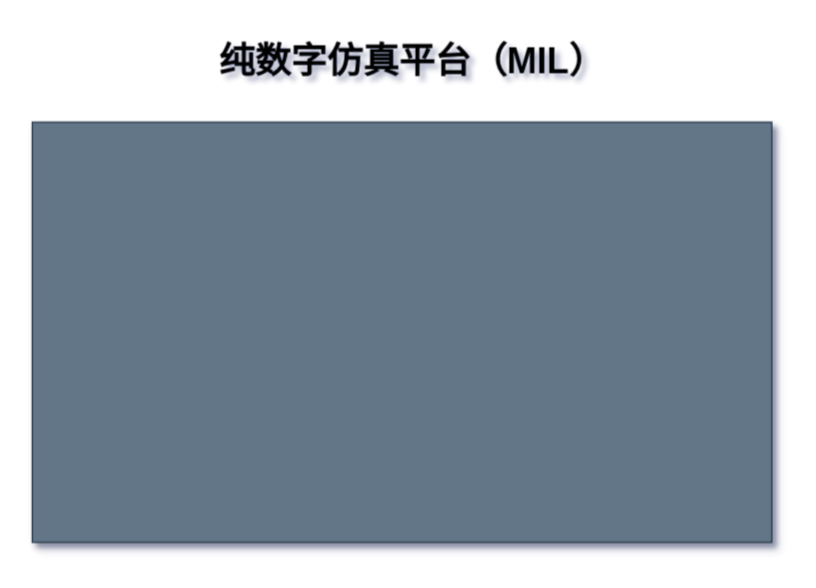
This is Untitled Diagram.drawio from 3038814044/draw, a draw.io file, before an edit. Source tidied: cells renumbered, new cells numbered last; positions are measured from the earlier drawing's top-left corner, leaving out a move shared by most shapes. Both pictures are drawn from the tidied source at 150%, with x=0, y=0 at pixel (32, 32).
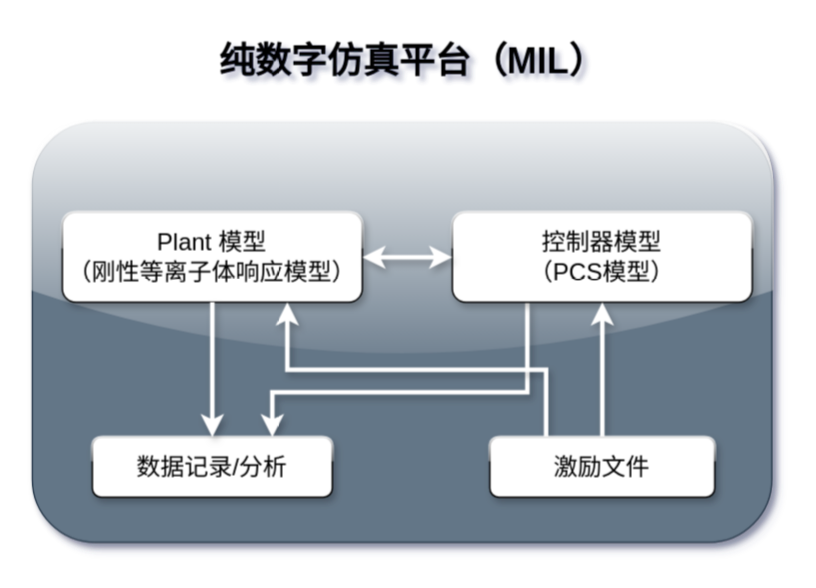
The same diagram, later.

Commit message:
纯数字mil示意图

Change to the diagram source:
```diff
@@
 <mxGraphModel background="#ffffff" shadow="1">
   <root>
     <mxCell id="0" />
     <mxCell id="1" parent="0" />
-    <mxCell id="2" style="whiteSpace=wrap;html=1;shadow=1;fontSize=18;fillColor=#647687;strokeColor=#314354;fontColor=#ffffff;" parent="1" vertex="1">
+    <mxCell id="2" style="whiteSpace=wrap;html=1;shadow=1;fontSize=18;fillColor=#647687;strokeColor=#314354;fontColor=#ffffff;sketch=0;glass=1;rounded=1;" parent="1" vertex="1">
       <mxGeometry y="60" width="493" height="280" as="geometry" />
     </mxCell>
-    <mxCell id="3" value="纯数字仿真平台（MIL）" style="text;strokeColor=none;fillColor=none;html=1;fontSize=24;fontStyle=1;verticalAlign=middle;align=center;shadow=1;" parent="1" vertex="1">
+    <mxCell id="3" value="纯数字仿真平台（MIL）" style="text;strokeColor=none;fillColor=none;html=1;fontSize=24;fontStyle=1;verticalAlign=middle;align=center;shadow=1;glass=0;rounded=0;sketch=0;" parent="1" vertex="1">
       <mxGeometry x="120" width="265" height="40" as="geometry" />
     </mxCell>
+    <mxCell id="4" value="&lt;font style=&quot;font-size: 16px&quot;&gt;Plant 模型&lt;br&gt;（刚性等离子体响应模型）&lt;br&gt;&lt;/font&gt;" style="rounded=1;whiteSpace=wrap;html=1;gradientDirection=south;shadow=1;glass=1;" parent="1" vertex="1">
+      <mxGeometry x="20" y="120" width="200" height="60" as="geometry" />
+    </mxCell>
+    <mxCell id="5" style="edgeStyle=orthogonalEdgeStyle;rounded=0;sketch=0;jettySize=auto;html=1;exitX=0.25;exitY=1;exitDx=0;exitDy=0;entryX=0.75;entryY=0;entryDx=0;entryDy=0;shadow=1;strokeColor=#FFFFFF;strokeWidth=3;" parent="1" edge="1" source="6" target="8">
+      <mxGeometry relative="1" as="geometry">
+        <Array as="points">
+          <mxPoint x="330" y="240" />
+          <mxPoint x="160" y="240" />
+        </Array>
+      </mxGeometry>
+    </mxCell>
+    <mxCell id="6" value="&lt;font style=&quot;font-size: 16px&quot;&gt;控制器模型&lt;br&gt;（PCS模型）&lt;br&gt;&lt;/font&gt;" style="rounded=1;whiteSpace=wrap;html=1;shadow=1;gradientColor=none;glass=1;" parent="1" vertex="1">
+      <mxGeometry x="280" y="120" width="200" height="60" as="geometry" />
+    </mxCell>
+    <mxCell id="7" style="endArrow=classic;startArrow=classic;html=1;strokeColor=#FFFFFF;entryX=0;entryY=0.5;entryDx=0;entryDy=0;exitX=1;exitY=0.5;exitDx=0;exitDy=0;strokeWidth=3;sketch=0;shadow=1;" parent="1" edge="1" source="4" target="6">
+      <mxGeometry relative="1" as="geometry" />
+    </mxCell>
+    <mxCell id="8" value="&lt;font style=&quot;font-size: 16px&quot;&gt;数据记录/分析&lt;/font&gt;" style="rounded=1;whiteSpace=wrap;html=1;shadow=1;glass=1;sketch=0;gradientColor=none;" parent="1" vertex="1">
+      <mxGeometry x="40" y="270" width="160" height="40" as="geometry" />
+    </mxCell>
+    <mxCell id="9" style="edgeStyle=orthogonalEdgeStyle;rounded=0;sketch=0;jettySize=auto;html=1;exitX=0.5;exitY=0;exitDx=0;exitDy=0;shadow=1;strokeColor=#FFFFFF;strokeWidth=3;entryX=0.5;entryY=1;entryDx=0;entryDy=0;" parent="1" edge="1" source="11" target="6">
+      <mxGeometry relative="1" as="geometry" />
+    </mxCell>
+    <mxCell id="10" style="edgeStyle=orthogonalEdgeStyle;rounded=0;sketch=0;jettySize=auto;html=1;exitX=0.25;exitY=0;exitDx=0;exitDy=0;entryX=0.75;entryY=1;entryDx=0;entryDy=0;shadow=1;strokeColor=#FFFFFF;strokeWidth=3;" parent="1" edge="1" source="11" target="4">
+      <mxGeometry relative="1" as="geometry" />
+    </mxCell>
+    <mxCell id="11" value="&lt;span style=&quot;font-size: 16px&quot;&gt;激励文件&lt;/span&gt;" style="rounded=1;whiteSpace=wrap;html=1;shadow=1;glass=1;sketch=0;gradientColor=none;" parent="1" vertex="1">
+      <mxGeometry x="305" y="270" width="150" height="40" as="geometry" />
+    </mxCell>
+    <mxCell id="12" style="endArrow=classic;html=1;shadow=1;strokeColor=#FFFFFF;strokeWidth=3;exitX=0.5;exitY=1;exitDx=0;exitDy=0;entryX=0.5;entryY=0;entryDx=0;entryDy=0;" parent="1" edge="1" source="4" target="8">
+      <mxGeometry relative="1" as="geometry" />
+    </mxCell>
   </root>
 </mxGraphModel>
```
